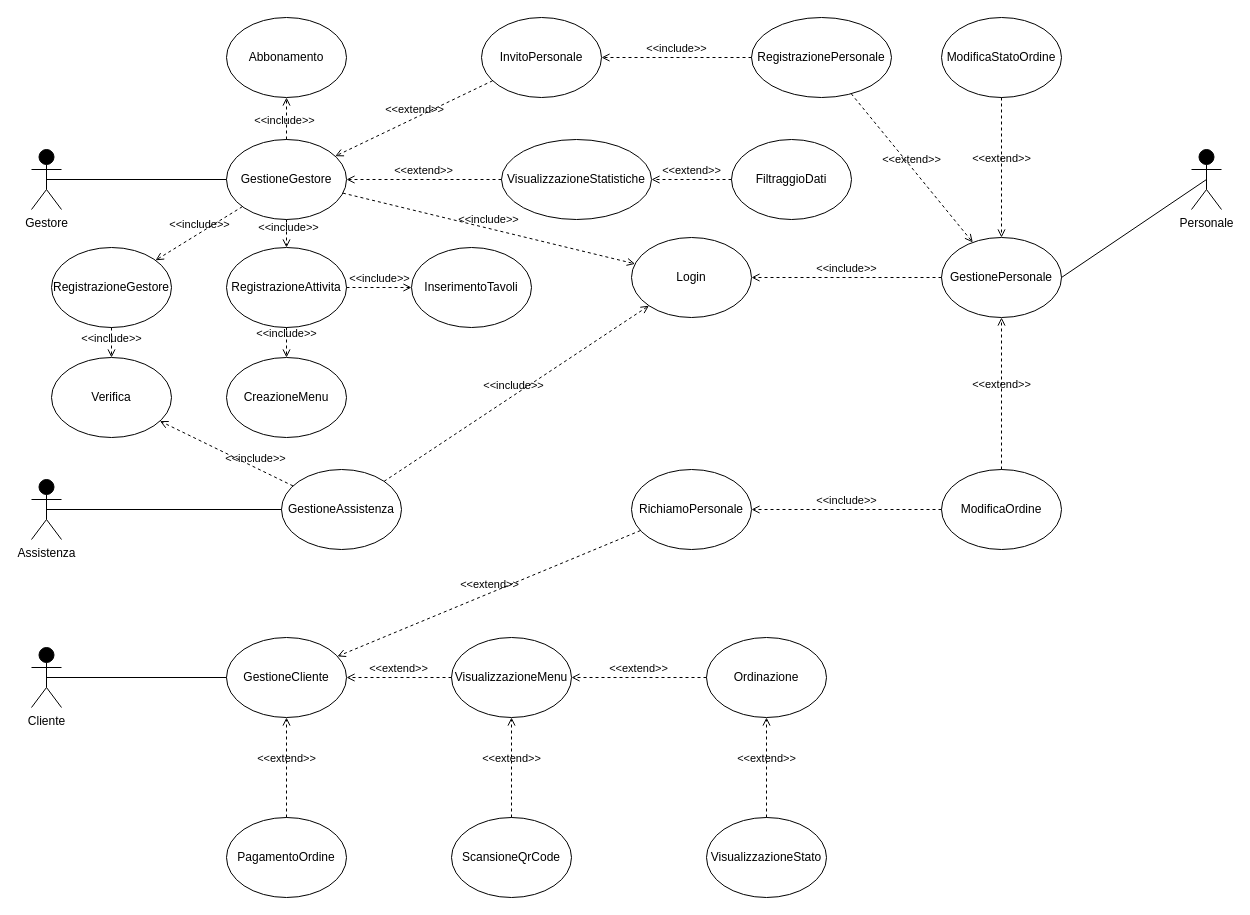
The draw.io diagram Casi d'uso.drawio in Marco-Burattoni/Progetto-ids, before the edit. Source tidied: cells renumbered, new cells numbered last; positions are measured from the earlier drawing's top-left corner, leaving out a move shared by most shapes. Both pictures are drawn from the tidied source at 100%, with x=0, y=0 at pixel (31, 17).
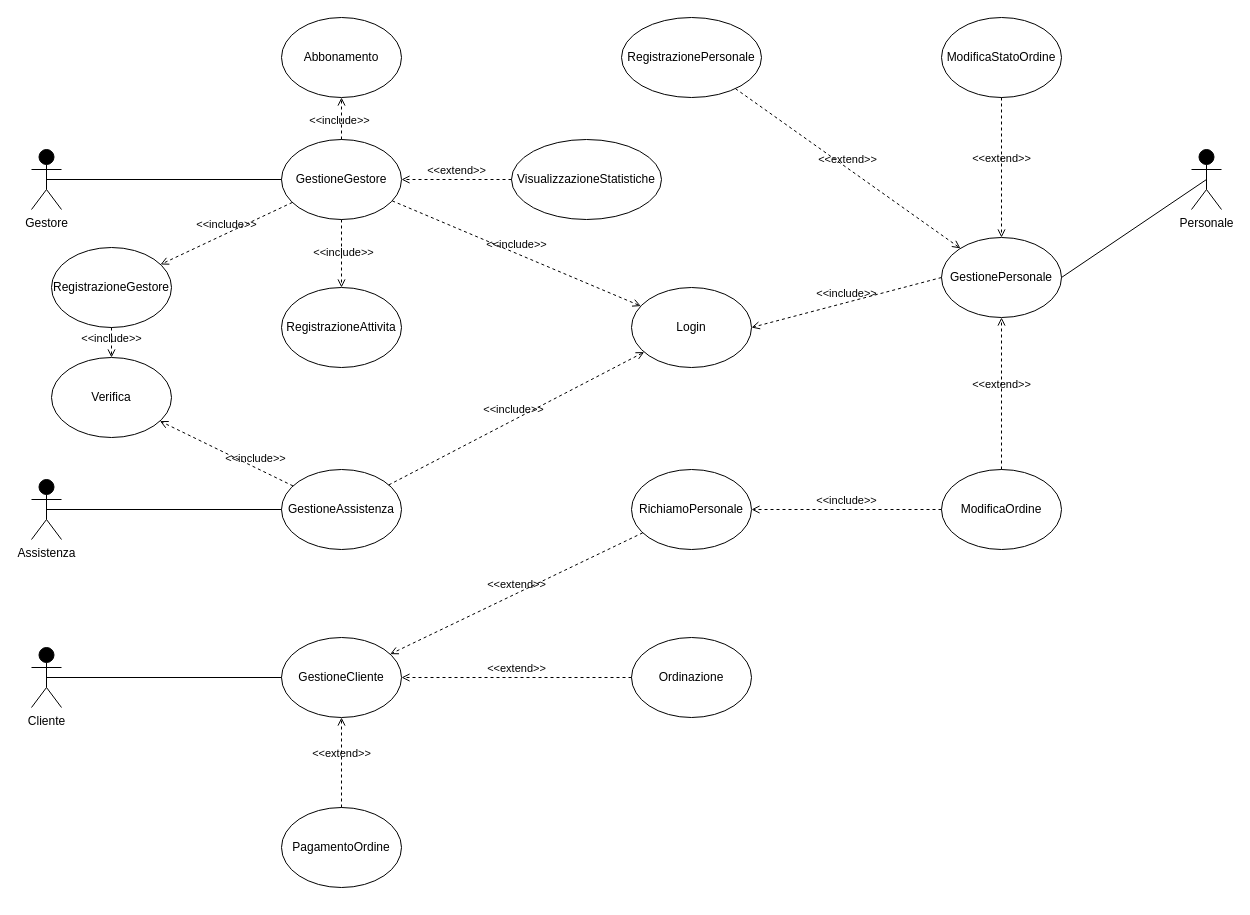
The same page after the edit.

Commit message (it also covers changes not shown here):
update diagramma casi d'uso

Change to the diagram source:
```diff
@@
     <mxCell id="6" value="GestioneGestore" style="ellipse;whiteSpace=wrap;html=1;fillColor=#FFFFFF;" parent="1" vertex="1">
-      <mxGeometry x="195" y="122" width="120" height="80" as="geometry" />
+      <mxGeometry x="250" y="122" width="120" height="80" as="geometry" />
     </mxCell>
     <mxCell id="7" value="Login" style="ellipse;whiteSpace=wrap;html=1;fillColor=#FFFFFF;" parent="1" vertex="1">
-      <mxGeometry x="600" y="220" width="120" height="80" as="geometry" />
+      <mxGeometry x="600" y="270" width="120" height="80" as="geometry" />
     </mxCell>
@@
     <mxCell id="15" value="GestioneCliente" style="ellipse;whiteSpace=wrap;html=1;fillColor=#FFFFFF;" parent="1" vertex="1">
-      <mxGeometry x="195" y="620" width="120" height="80" as="geometry" />
+      <mxGeometry x="250" y="620" width="120" height="80" as="geometry" />
     </mxCell>
@@
     <mxCell id="22" value="Abbonamento" style="ellipse;whiteSpace=wrap;html=1;fillColor=#FFFFFF;" parent="1" vertex="1">
-      <mxGeometry x="195" width="120" height="80" as="geometry" />
+      <mxGeometry x="250" width="120" height="80" as="geometry" />
     </mxCell>
@@
     <mxCell id="24" value="RegistrazioneAttivita" style="ellipse;whiteSpace=wrap;html=1;fillColor=#FFFFFF;" parent="1" vertex="1">
-      <mxGeometry x="195" y="230" width="120" height="80" as="geometry" />
+      <mxGeometry x="250" y="270" width="120" height="80" as="geometry" />
     </mxCell>
@@
-    <mxCell id="26" value="InserimentoTavoli" style="ellipse;whiteSpace=wrap;html=1;fillColor=#FFFFFF;" parent="1" vertex="1">
-      <mxGeometry x="380" y="230" width="120" height="80" as="geometry" />
-    </mxCell>
-    <mxCell id="27" value="CreazioneMenu" style="ellipse;whiteSpace=wrap;html=1;fillColor=#FFFFFF;" parent="1" vertex="1">
-      <mxGeometry x="195" y="340" width="120" height="80" as="geometry" />
-    </mxCell>
-    <mxCell id="28" value="&amp;lt;&amp;lt;include&amp;gt;&amp;gt;" style="html=1;verticalAlign=bottom;labelBackgroundColor=none;endArrow=open;endFill=0;dashed=1;rounded=0;exitX=1;exitY=0.5;exitDx=0;exitDy=0;entryX=0;entryY=0.5;entryDx=0;entryDy=0;" parent="1" edge="1" source="24" target="26">
-      <mxGeometry relative="1" as="geometry" />
-    </mxCell>
-    <mxCell id="29" value="&amp;lt;&amp;lt;include&amp;gt;&amp;gt;" style="html=1;verticalAlign=bottom;labelBackgroundColor=none;endArrow=open;endFill=0;dashed=1;rounded=0;entryX=0.5;entryY=0;entryDx=0;entryDy=0;" parent="1" edge="1" source="24" target="27">
-      <mxGeometry relative="1" as="geometry" />
-    </mxCell>
-    <mxCell id="30" value="InvitoPersonale" style="ellipse;whiteSpace=wrap;html=1;fillColor=#FFFFFF;" parent="1" vertex="1">
-      <mxGeometry x="450" width="120" height="80" as="geometry" />
-    </mxCell>
     <mxCell id="31" value="RegistrazionePersonale" style="ellipse;whiteSpace=wrap;html=1;fillColor=#FFFFFF;" parent="1" vertex="1">
-      <mxGeometry x="720" width="140" height="80" as="geometry" />
+      <mxGeometry x="590" width="140" height="80" as="geometry" />
     </mxCell>
-    <mxCell id="32" value="&amp;lt;&amp;lt;include&amp;gt;&amp;gt;" style="html=1;verticalAlign=bottom;labelBackgroundColor=none;endArrow=open;endFill=0;dashed=1;rounded=0;exitX=0;exitY=0.5;exitDx=0;exitDy=0;entryX=1;entryY=0.5;entryDx=0;entryDy=0;" parent="1" edge="1" source="31" target="30">
-      <mxGeometry relative="1" as="geometry" />
-    </mxCell>
     <mxCell id="33" value="VisualizzazioneStatistiche" style="ellipse;whiteSpace=wrap;html=1;fillColor=#FFFFFF;" parent="1" vertex="1">
-      <mxGeometry x="470" y="122" width="150" height="80" as="geometry" />
+      <mxGeometry x="480" y="122" width="150" height="80" as="geometry" />
     </mxCell>
-    <mxCell id="34" value="FiltraggioDati" style="ellipse;whiteSpace=wrap;html=1;fillColor=#FFFFFF;" parent="1" vertex="1">
-      <mxGeometry x="700" y="122" width="120" height="80" as="geometry" />
-    </mxCell>
-    <mxCell id="35" value="&amp;lt;&amp;lt;extend&amp;gt;&amp;gt;" style="html=1;verticalAlign=bottom;labelBackgroundColor=none;endArrow=open;endFill=0;dashed=1;rounded=0;exitX=0;exitY=0.5;exitDx=0;exitDy=0;entryX=1;entryY=0.5;entryDx=0;entryDy=0;" parent="1" edge="1" source="34" target="33">
-      <mxGeometry relative="1" as="geometry" />
-    </mxCell>
-    <mxCell id="36" value="VisualizzazioneMenu" style="ellipse;whiteSpace=wrap;html=1;fillColor=#FFFFFF;" parent="1" vertex="1">
-      <mxGeometry x="420" y="620" width="120" height="80" as="geometry" />
+    <mxCell id="36" value="Ordinazione" style="ellipse;whiteSpace=wrap;html=1;fillColor=#FFFFFF;" parent="1" vertex="1">
+      <mxGeometry x="600" y="620" width="120" height="80" as="geometry" />
     </mxCell>
-    <mxCell id="37" value="Ordinazione" style="ellipse;whiteSpace=wrap;html=1;fillColor=#FFFFFF;" parent="1" vertex="1">
-      <mxGeometry x="675" y="620" width="120" height="80" as="geometry" />
-    </mxCell>
-    <mxCell id="38" value="ScansioneQrCode" style="ellipse;whiteSpace=wrap;html=1;fillColor=#FFFFFF;" parent="1" vertex="1">
-      <mxGeometry x="420" y="800" width="120" height="80" as="geometry" />
-    </mxCell>
-    <mxCell id="39" value="&amp;lt;&amp;lt;extend&amp;gt;&amp;gt;" style="html=1;verticalAlign=bottom;labelBackgroundColor=none;endArrow=open;endFill=0;dashed=1;rounded=0;exitX=0.5;exitY=0;exitDx=0;exitDy=0;entryX=0.5;entryY=1;entryDx=0;entryDy=0;" parent="1" edge="1" source="38" target="36">
-      <mxGeometry relative="1" as="geometry" />
-    </mxCell>
     <mxCell id="40" value="PagamentoOrdine" style="ellipse;whiteSpace=wrap;html=1;fillColor=#FFFFFF;" parent="1" vertex="1">
-      <mxGeometry x="195" y="800" width="120" height="80" as="geometry" />
+      <mxGeometry x="250" y="790" width="120" height="80" as="geometry" />
     </mxCell>
-    <mxCell id="41" value="&amp;lt;&amp;lt;extend&amp;gt;&amp;gt;" style="html=1;verticalAlign=bottom;labelBackgroundColor=none;endArrow=open;endFill=0;dashed=1;rounded=0;entryX=1;entryY=0.5;entryDx=0;entryDy=0;exitX=0;exitY=0.5;exitDx=0;exitDy=0;" parent="1" edge="1" source="37" target="36">
-      <mxGeometry relative="1" as="geometry" />
-    </mxCell>
@@
-    <mxCell id="43" value="&amp;lt;&amp;lt;extend&amp;gt;&amp;gt;" style="html=1;verticalAlign=bottom;labelBackgroundColor=none;endArrow=open;endFill=0;dashed=1;rounded=0;" parent="1" edge="1" source="30" target="6">
-      <mxGeometry relative="1" as="geometry" />
-    </mxCell>
-    <mxCell id="44" value="&amp;lt;&amp;lt;extend&amp;gt;&amp;gt;" style="html=1;verticalAlign=bottom;labelBackgroundColor=none;endArrow=open;endFill=0;dashed=1;rounded=0;exitX=0.5;exitY=0;exitDx=0;exitDy=0;entryX=0.5;entryY=1;entryDx=0;entryDy=0;" parent="1" edge="1" source="40" target="15">
+    <mxCell id="44" value="&amp;lt;&amp;lt;extend&amp;gt;&amp;gt;" style="html=1;verticalAlign=bottom;labelBackgroundColor=none;endArrow=open;endFill=0;dashed=1;rounded=0;" parent="1" edge="1" source="40" target="15">
       <mxGeometry relative="1" as="geometry" />
     </mxCell>
@@
-    <mxCell id="48" value="VisualizzazioneStato" style="ellipse;whiteSpace=wrap;html=1;fillColor=#FFFFFF;" parent="1" vertex="1">
-      <mxGeometry x="675" y="800" width="120" height="80" as="geometry" />
-    </mxCell>
-    <mxCell id="49" value="&amp;lt;&amp;lt;extend&amp;gt;&amp;gt;" style="html=1;verticalAlign=bottom;labelBackgroundColor=none;endArrow=open;endFill=0;dashed=1;rounded=0;entryX=0.5;entryY=1;entryDx=0;entryDy=0;exitX=0.5;exitY=0;exitDx=0;exitDy=0;" parent="1" edge="1" source="48" target="37">
-      <mxGeometry relative="1" as="geometry" />
-    </mxCell>
@@
-    <mxCell id="55" value="&amp;lt;&amp;lt;extend&amp;gt;&amp;gt;" style="html=1;verticalAlign=bottom;labelBackgroundColor=none;endArrow=open;endFill=0;dashed=1;rounded=0;exitX=0;exitY=0.5;exitDx=0;exitDy=0;entryX=1;entryY=0.5;entryDx=0;entryDy=0;" parent="1" edge="1" source="36" target="15">
+    <mxCell id="55" value="&amp;lt;&amp;lt;extend&amp;gt;&amp;gt;" style="html=1;verticalAlign=bottom;labelBackgroundColor=none;endArrow=open;endFill=0;dashed=1;rounded=0;" parent="1" edge="1" source="36" target="15">
       <mxGeometry relative="1" as="geometry" />
     </mxCell>
```
